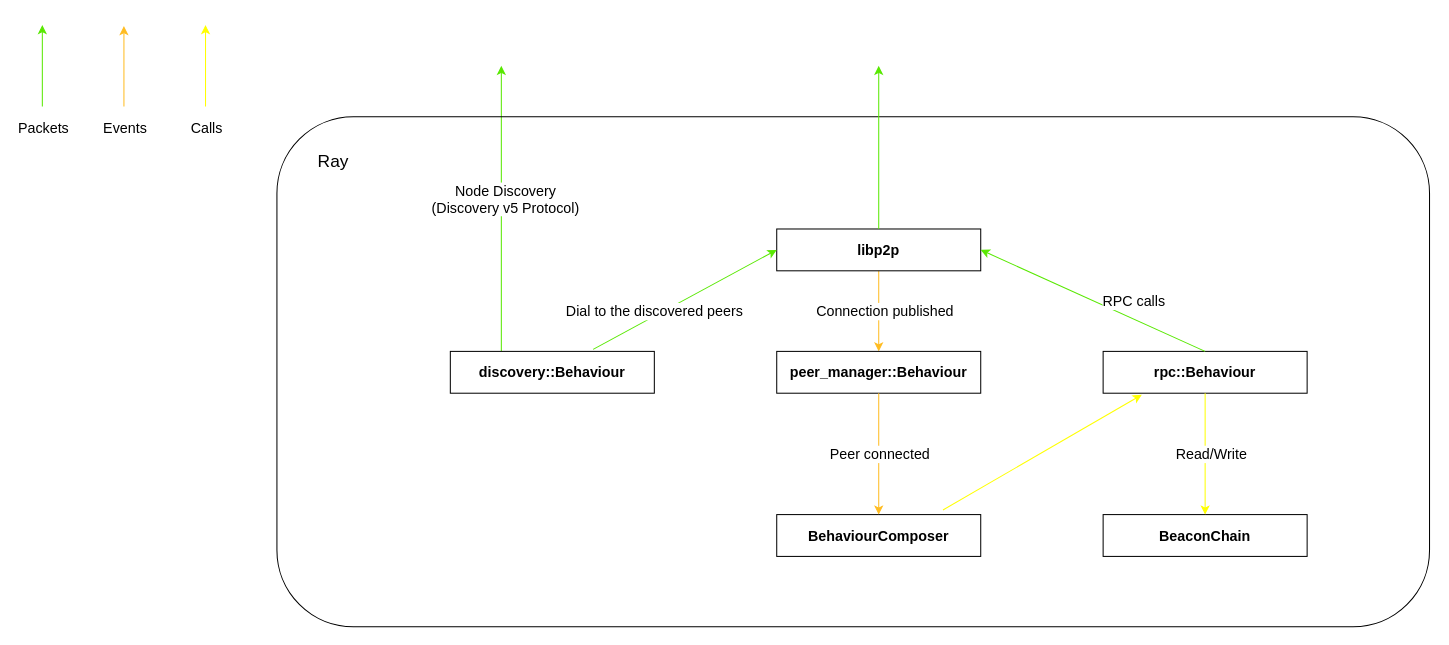
Before: diagrams/architecture.drawio in ackintosh/ray, a draw.io diagram. Source tidied: cells renumbered, new cells numbered last; positions are measured from the earlier drawing's top-left corner, leaving out a move shared by most shapes. Both pictures are drawn from the tidied source at 102%, with x=0, y=0 at pixel (42, 24).
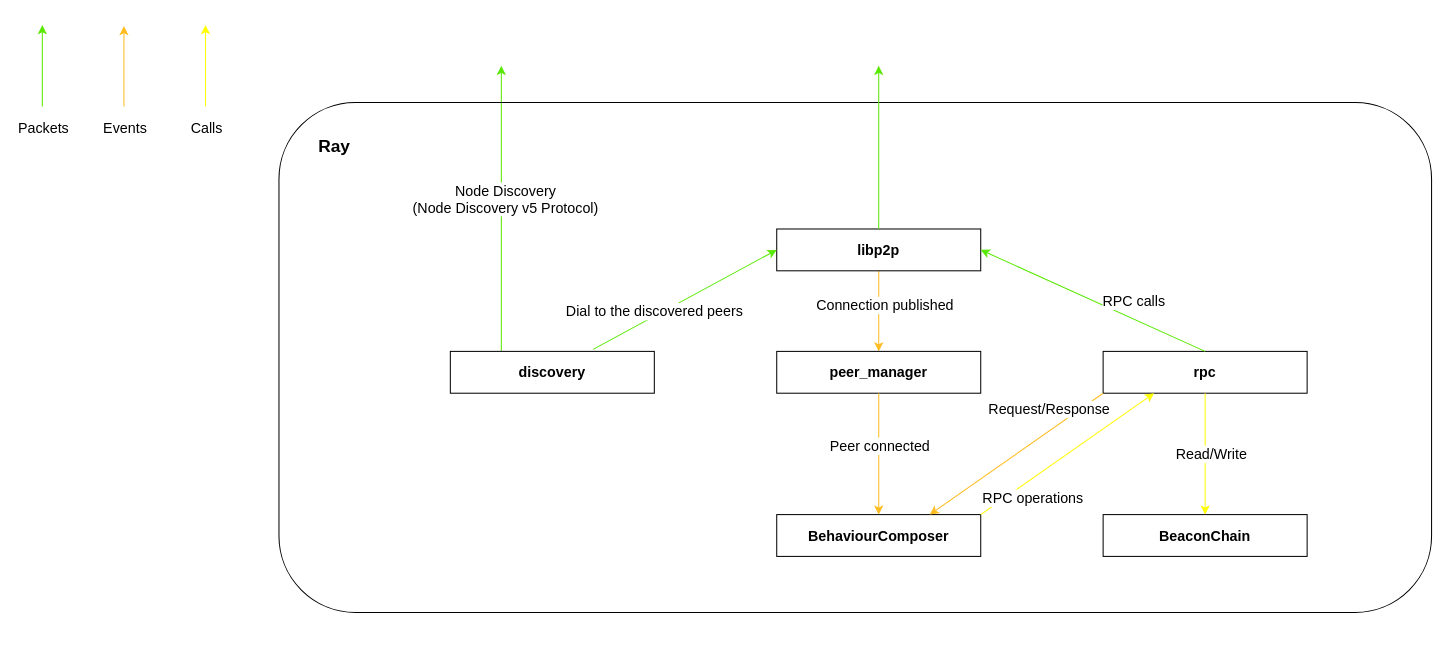
The same diagram, later.

Unchanged cells that the change refers to:
```xml
<mxCell id="2" style="endArrow=classic;html=1;fontSize=18;fillColor=#60a917;strokeColor=#58E800;exitX=0.25;exitY=0;exitDx=0;exitDy=0;" parent="1" edge="1" source="9">
  <mxGeometry x="-680" y="-450" as="geometry">
    <mxPoint x="450" y="40" as="targetPoint" />
  </mxGeometry>
</mxCell>
<mxCell id="6" style="endArrow=classic;html=1;fontSize=18;fillColor=#e3c800;strokeColor=#FFBC21;exitX=0.5;exitY=1;exitDx=0;exitDy=0;entryX=0.5;entryY=0;entryDx=0;entryDy=0;" parent="1" edge="1" source="14" target="10">
  <mxGeometry x="-135" y="-650" as="geometry" />
</mxCell>
<mxCell id="12" value="BehaviourComposer" style="rounded=0;whiteSpace=wrap;html=1;fontSize=14;fontStyle=1;" parent="1" vertex="1">
  <mxGeometry x="720" y="480" width="200" height="41" as="geometry" />
</mxCell>
<mxCell id="19" style="endArrow=classic;html=1;fontSize=18;fillColor=#e3c800;strokeColor=#FFBC21;exitX=0.5;exitY=1;exitDx=0;exitDy=0;entryX=0.5;entryY=0;entryDx=0;entryDy=0;" parent="1" edge="1" source="10" target="12">
  <mxGeometry x="-285" y="360" as="geometry" />
</mxCell>
```

What changed in the source:
```diff
@@
-    <mxCell id="3" value="Node Discovery&lt;br&gt;(Discovery v5 Protocol)" style="edgeLabel;html=1;align=center;verticalAlign=middle;fontSize=14;" parent="2" vertex="1">
+    <mxCell id="3" value="Node Discovery&lt;br&gt;(Node Discovery v5 Protocol)" style="edgeLabel;html=1;align=center;verticalAlign=middle;fontSize=14;" parent="2" vertex="1">
       <mxGeometry relative="1" as="geometry">
         <mxPoint x="3" y="-10" as="offset" />
       </mxGeometry>
     </mxCell>
@@
     <mxCell id="7" value="Connection published" style="edgeLabel;html=1;align=center;verticalAlign=middle;fontSize=14;" parent="6" vertex="1">
       <mxGeometry relative="1" as="geometry">
-        <mxPoint x="5" y="-1" as="offset" />
+        <mxPoint x="5" y="-7" as="offset" />
       </mxGeometry>
     </mxCell>
     <mxCell id="8" value="&lt;span style=&quot;font-size: 12px&quot;&gt;&lt;br&gt;&lt;/span&gt;" style="rounded=1;whiteSpace=wrap;html=1;fontSize=14;fillColor=none;" parent="1" vertex="1">
-      <mxGeometry x="230" y="90" width="1130" height="500" as="geometry" />
+      <mxGeometry x="232" y="76" width="1130" height="500" as="geometry" />
     </mxCell>
-    <mxCell id="9" value="discovery::Behaviour" style="rounded=0;whiteSpace=wrap;html=1;fontSize=14;fontStyle=1;" parent="1" vertex="1">
+    <mxCell id="9" value="discovery" style="rounded=0;whiteSpace=wrap;html=1;fontSize=14;fontStyle=1;" parent="1" vertex="1">
       <mxGeometry x="400" y="320" width="200" height="41" as="geometry" />
     </mxCell>
-    <mxCell id="10" value="peer_manager::Behaviour" style="rounded=0;whiteSpace=wrap;html=1;fontSize=14;fontStyle=1;" parent="1" vertex="1">
+    <mxCell id="10" value="peer_manager" style="rounded=0;whiteSpace=wrap;html=1;fontSize=14;fontStyle=1;" parent="1" vertex="1">
       <mxGeometry x="720" y="320" width="200" height="41" as="geometry" />
     </mxCell>
-    <mxCell id="11" value="rpc::Behaviour" style="rounded=0;whiteSpace=wrap;html=1;fontSize=14;fontStyle=1;" parent="1" vertex="1">
+    <mxCell id="11" value="rpc" style="rounded=0;whiteSpace=wrap;html=1;fontSize=14;fontStyle=1;" parent="1" vertex="1">
       <mxGeometry x="1040" y="320" width="200" height="41" as="geometry" />
     </mxCell>
@@
     <mxCell id="20" value="Peer connected" style="edgeLabel;html=1;align=center;verticalAlign=middle;fontSize=14;" parent="19" vertex="1">
       <mxGeometry relative="1" as="geometry">
-        <mxPoint y="-1" as="offset" />
+        <mxPoint y="-9" as="offset" />
       </mxGeometry>
     </mxCell>
@@
-    <mxCell id="23" style="endArrow=classic;html=1;fontSize=18;strokeColor=#FFFF00;entryX=0.19;entryY=1.037;entryDx=0;entryDy=0;entryPerimeter=0;exitX=0.815;exitY=-0.11;exitDx=0;exitDy=0;exitPerimeter=0;" parent="1" edge="1" source="12" target="11">
+    <mxCell id="23" style="endArrow=classic;html=1;fontSize=18;strokeColor=#FFFF00;entryX=0.25;entryY=1;entryDx=0;entryDy=0;exitX=1;exitY=0;exitDx=0;exitDy=0;" parent="1" edge="1" source="12" target="11">
       <mxGeometry x="350" y="-290" as="geometry" />
     </mxCell>
+    <mxCell id="30" value="RPC operations" style="edgeLabel;html=1;align=center;verticalAlign=middle;fontSize=14;" parent="23" vertex="1">
+      <mxGeometry relative="1" as="geometry">
+        <mxPoint x="-35" y="43" as="offset" />
+      </mxGeometry>
+    </mxCell>
@@
-    <mxCell id="29" value="Ray" style="text;html=1;align=center;verticalAlign=middle;strokeColor=none;fillColor=none;fontSize=17;" parent="1" vertex="1">
-      <mxGeometry x="260" y="120" width="50" height="30" as="geometry" />
+    <mxCell id="29" value="Ray" style="text;html=1;align=center;verticalAlign=middle;strokeColor=none;fillColor=none;fontSize=17;fontStyle=1;" parent="1" vertex="1">
+      <mxGeometry x="265" y="108" width="41" height="24" as="geometry" />
     </mxCell>
+    <mxCell id="31" style="endArrow=classic;html=1;fontSize=18;fillColor=#e3c800;strokeColor=#FFBC21;exitX=0;exitY=1;exitDx=0;exitDy=0;entryX=0.75;entryY=0;entryDx=0;entryDy=0;" parent="1" edge="1" source="11" target="12">
+      <mxGeometry x="-275" y="370" as="geometry" />
+    </mxCell>
+    <mxCell id="32" value="Request/Response" style="edgeLabel;html=1;align=center;verticalAlign=middle;fontSize=14;" parent="31" vertex="1">
+      <mxGeometry relative="1" as="geometry">
+        <mxPoint x="32" y="-44" as="offset" />
+      </mxGeometry>
+    </mxCell>
```
